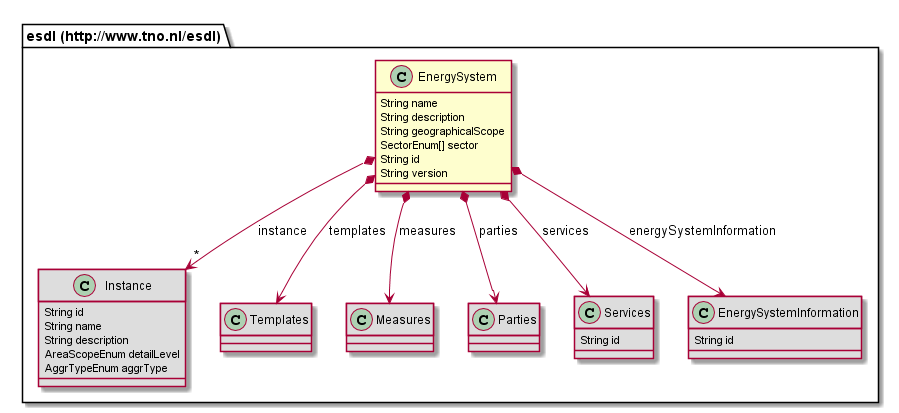
The PlantUML diagram 687474703a2f2f7777772e746e6f2e6e6c2f6573646c/EnergySystem.png in EnergyTransition/energytransition.github.io, before a commit.
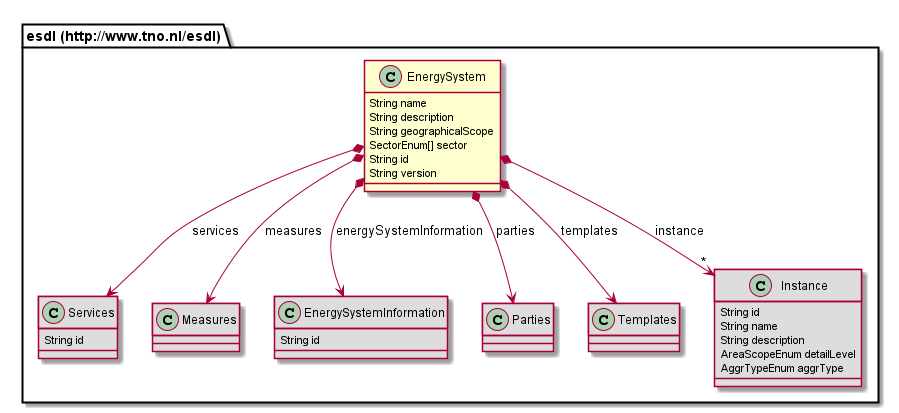
After the commit.

Diff of the diagram source:
```diff
@@ -7,24 +7,24 @@
 	String id
 	String version
 }
+class "esdl (http://www.tno.nl/esdl).Services" [[#router/doc-content/687474703a2f2f7777772e746e6f2e6e6c2f6573646c/Services.html{Defines a collection of logical services used in the energy system, e.g. Demand-Response, Aggregator services, Energy markets and control strategies.}]] #DDDDDD {
+	String id
+}
+class "esdl (http://www.tno.nl/esdl).Measures" [[#router/doc-content/687474703a2f2f7777772e746e6f2e6e6c2f6573646c/Measures.html{Collection of measures that can be applied to an energy system}]] #DDDDDD {
+}
+class "esdl (http://www.tno.nl/esdl).EnergySystemInformation" [[#router/doc-content/687474703a2f2f7777772e746e6f2e6e6c2f6573646c/EnergySystemInformation.html{Describes reusable information of the energy system, that other classes can refer to in this energy system, such as carriers, profiles, data sources, quantity and units.}]] #DDDDDD {
+	String id
+}
+class "esdl (http://www.tno.nl/esdl).Parties" [[#router/doc-content/687474703a2f2f7777772e746e6f2e6e6c2f6573646c/Parties.html{Container for parties that have a role in the energy system}]] #DDDDDD {
+}
+class "esdl (http://www.tno.nl/esdl).Templates" [[#router/doc-content/687474703a2f2f7777772e746e6f2e6e6c2f6573646c/Templates.html{Collection of templates, e.g. asset templates.}]] #DDDDDD {
+}
 class "esdl (http://www.tno.nl/esdl).Instance" [[#router/doc-content/687474703a2f2f7777772e746e6f2e6e6c2f6573646c/Instance.html{Instances are used to represent different representations of the same EnergySystem. }]] #DDDDDD {
 	String id
 	String name
 	String description
 	AreaScopeEnum detailLevel
 	AggrTypeEnum aggrType
-}
-class "esdl (http://www.tno.nl/esdl).Templates" [[#router/doc-content/687474703a2f2f7777772e746e6f2e6e6c2f6573646c/Templates.html{Collection of templates, e.g. asset templates.}]] #DDDDDD {
-}
-class "esdl (http://www.tno.nl/esdl).Measures" [[#router/doc-content/687474703a2f2f7777772e746e6f2e6e6c2f6573646c/Measures.html{Collection of measures that can be applied to an energy system}]] #DDDDDD {
-}
-class "esdl (http://www.tno.nl/esdl).Parties" [[#router/doc-content/687474703a2f2f7777772e746e6f2e6e6c2f6573646c/Parties.html{Container for parties that have a role in the energy system}]] #DDDDDD {
-}
-class "esdl (http://www.tno.nl/esdl).Services" [[#router/doc-content/687474703a2f2f7777772e746e6f2e6e6c2f6573646c/Services.html{Defines a collection of logical services used in the energy system, e.g. Demand-Response, Aggregator services, Energy markets and control strategies.}]] #DDDDDD {
-	String id
-}
-class "esdl (http://www.tno.nl/esdl).EnergySystemInformation" [[#router/doc-content/687474703a2f2f7777772e746e6f2e6e6c2f6573646c/EnergySystemInformation.html{Describes reusable information of the energy system, that other classes can refer to in this energy system, such as carriers, profiles, data sources, quantity and units.}]] #DDDDDD {
-	String id
 }
 "esdl (http://www.tno.nl/esdl).EnergySystem" *--> "esdl (http://www.tno.nl/esdl).Measures" : measures
 "esdl (http://www.tno.nl/esdl).EnergySystem" *--> "*" "esdl (http://www.tno.nl/esdl).Instance" : instance
```
